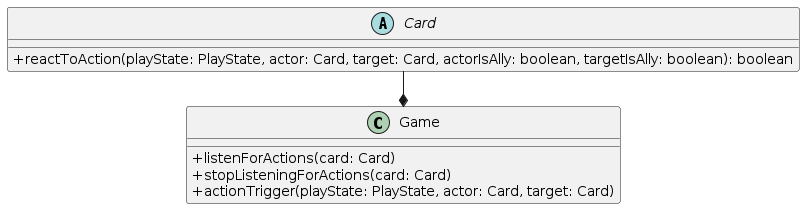
Above: uc-seng301-cardbattler-asg4-student/diagrams/observer.png in DanieSimonlLowe/SENG301-ASS4 (PlantUML), before the change.
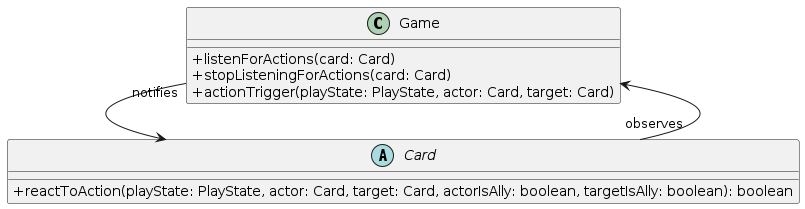
The same file after the commit.

Commit message:
did some minor fixers.

What changed in the source:
```diff
@@ -2,15 +2,18 @@
 left to right direction
 
 skinparam classAttributeIconSize 0
+
+
 class Game {
-+listenForActions(card: Card)
-+stopListeningForActions(card: Card)
-+actionTrigger(playState: PlayState, actor: Card, target: Card)
+  +listenForActions(card: Card)
+  +stopListeningForActions(card: Card)
+  +actionTrigger(playState: PlayState, actor: Card, target: Card)
 }
 
 abstract class Card {
-+reactToAction(playState: PlayState, actor: Card, target: Card, actorIsAlly: boolean, targetIsAlly: boolean): boolean
+  +reactToAction(playState: PlayState, actor: Card, target: Card, actorIsAlly: boolean, targetIsAlly: boolean): boolean
 }
 
-Card -d* Game
+Card "observes"-> Game
+Game "notifies"-> Card
 @enduml
```
